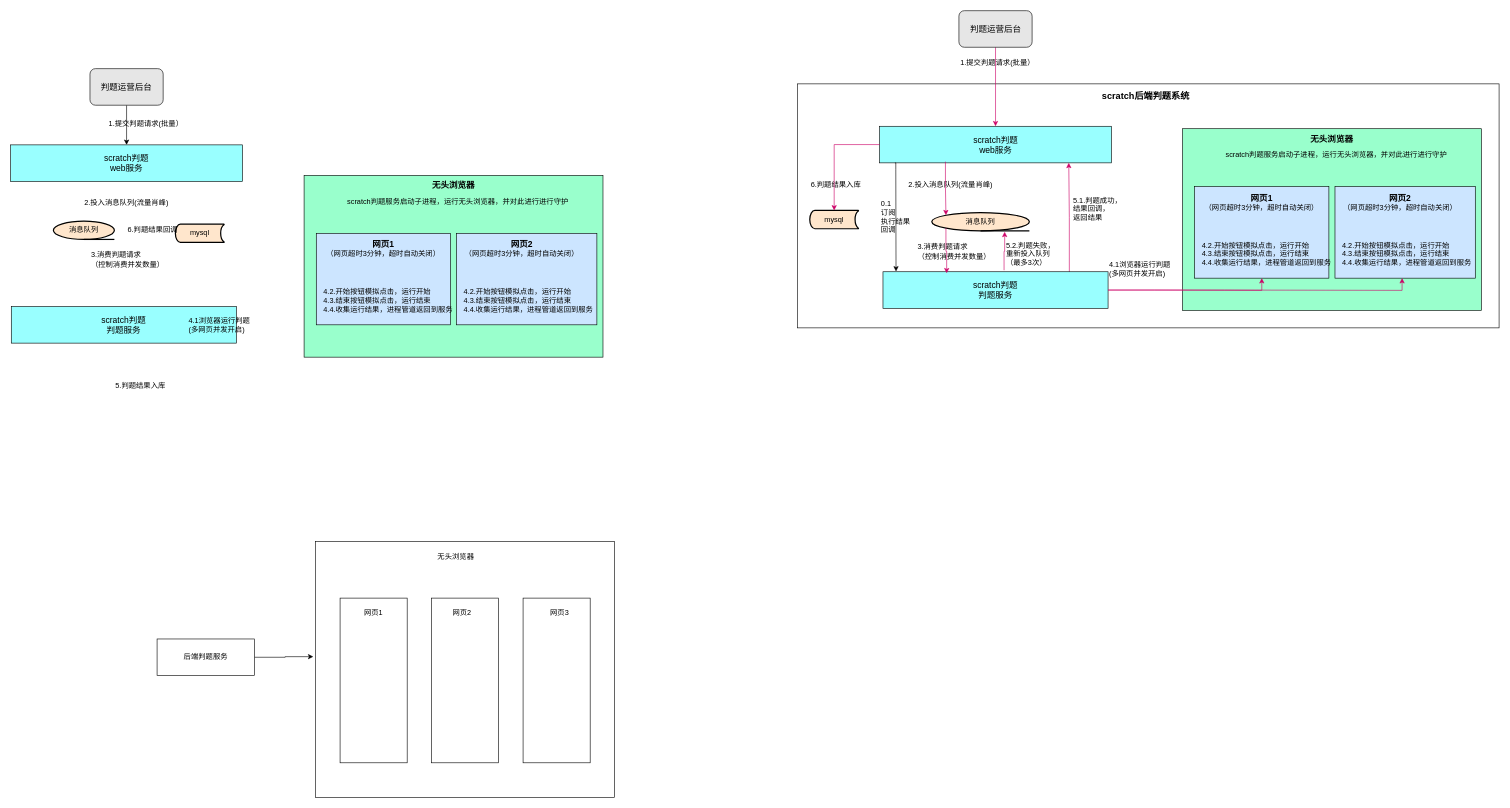
This is scratch后端判题.drawio from xiell2016/hetaoDesign, a draw.io file, before an edit. Source tidied: cells renumbered, new cells numbered last; positions are measured from the earlier drawing's top-left corner, leaving out a move shared by most shapes. Both pictures are drawn from the tidied source at 61%, with x=0, y=0 at pixel (10, 10).
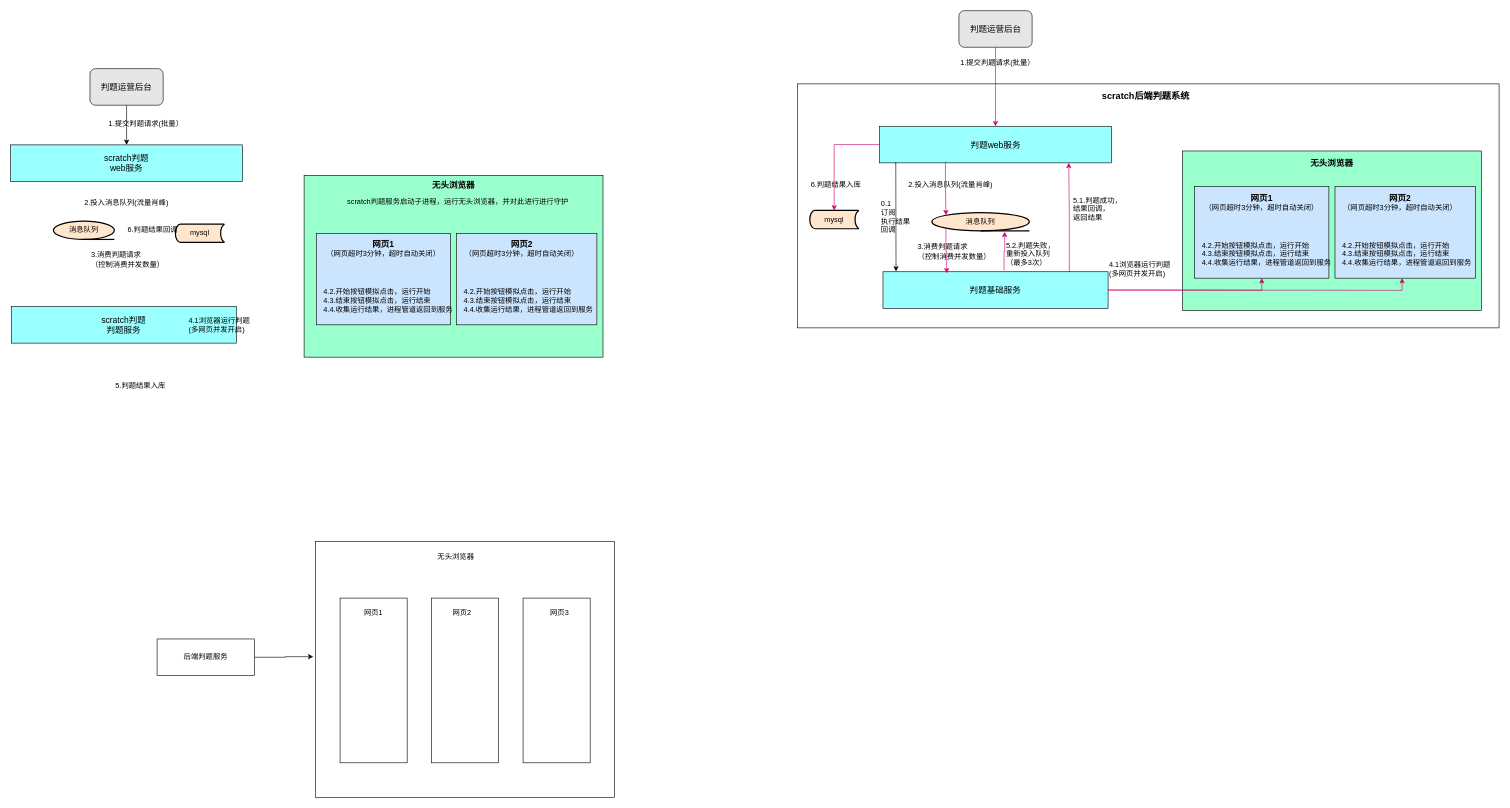
Above is the later version.

Commit message:
更新scratch后端判题.drawio

Diff of the diagram source:
```diff
@@
-    <mxCell id="37" value="&lt;font style=&quot;font-size: 14px;&quot;&gt;scratch判题&lt;br&gt;web服务&lt;/font&gt;" style="rounded=0;whiteSpace=wrap;html=1;fillColor=#99FFFF;" parent="1" vertex="1">
+    <mxCell id="37" value="&lt;font style=&quot;font-size: 14px;&quot;&gt;判题web服务&lt;/font&gt;" style="rounded=0;whiteSpace=wrap;html=1;fillColor=#99FFFF;" parent="1" vertex="1">
       <mxGeometry x="1424.5" y="189.5" width="380" height="60" as="geometry" />
     </mxCell>
@@
-    <mxCell id="39" value="&lt;font style=&quot;font-size: 14px;&quot;&gt;scratch判题&lt;br&gt;判题服务&lt;/font&gt;" style="rounded=0;whiteSpace=wrap;html=1;fillColor=#99FFFF;" parent="1" vertex="1">
+    <mxCell id="39" value="&lt;font style=&quot;font-size: 14px;&quot;&gt;判题基础服务&lt;/font&gt;" style="rounded=0;whiteSpace=wrap;html=1;fillColor=#99FFFF;" parent="1" vertex="1">
       <mxGeometry x="1430" y="428" width="369" height="60" as="geometry" />
     </mxCell>
     <mxCell id="40" style="rounded=0;whiteSpace=wrap;html=1;fillColor=#99FFCC;" parent="1" vertex="1">
-      <mxGeometry x="1921" y="193.5" width="490" height="298" as="geometry" />
+      <mxGeometry x="1921" y="230" width="490" height="261.5" as="geometry" />
     </mxCell>
@@
     <mxCell id="43" value="无头浏览器" style="text;html=1;strokeColor=none;fillColor=none;align=center;verticalAlign=middle;whiteSpace=wrap;rounded=0;fontSize=14;fontStyle=1;" parent="1" vertex="1">
-      <mxGeometry x="2116" y="194.5" width="100" height="30" as="geometry" />
+      <mxGeometry x="2116" y="235" width="100" height="30" as="geometry" />
     </mxCell>
@@
-    <mxCell id="53" value="scratch判题服务启动子进程，运行无头浏览器，并对此进行进行守护" style="text;html=1;strokeColor=none;fillColor=none;align=left;verticalAlign=middle;whiteSpace=wrap;rounded=0;" parent="1" vertex="1">
-      <mxGeometry x="1990" y="219.5" width="380" height="35" as="geometry" />
-    </mxCell>
```
